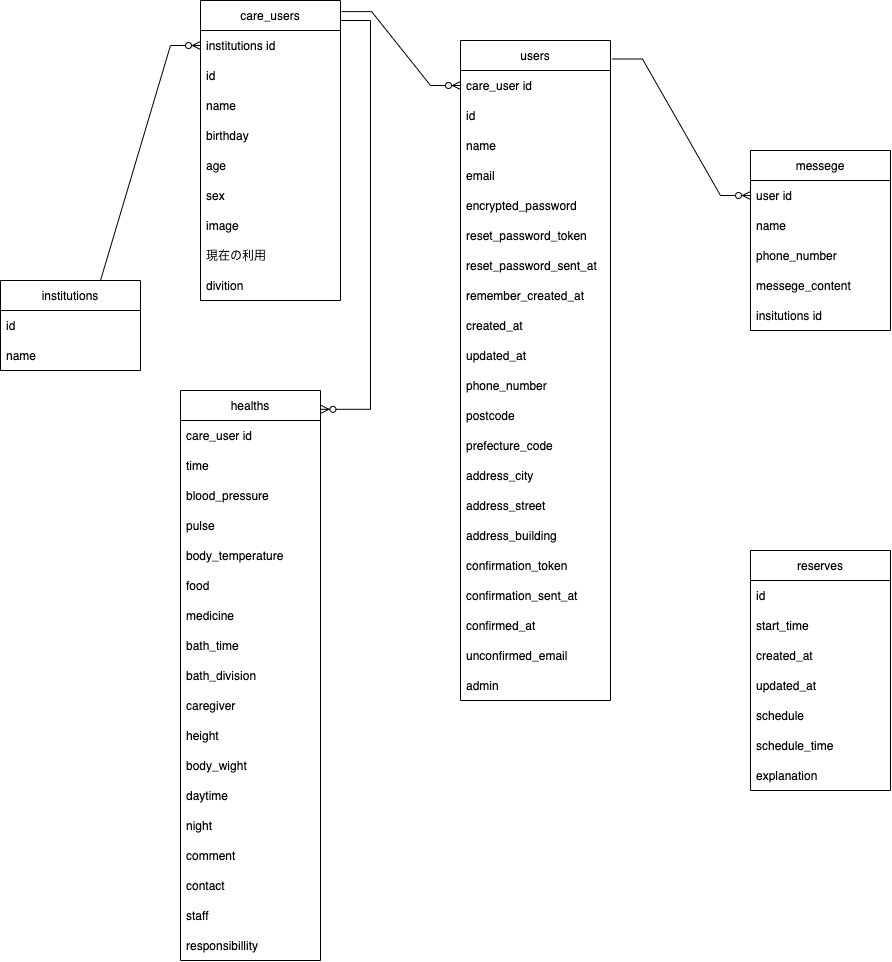
The draw.io diagram ER図.png in tadao050707/rika_san_app, before a commit. Source tidied: cells renumbered, new cells last; positions are measured from the earlier drawing's top-left corner, leaving out a move shared by most shapes.
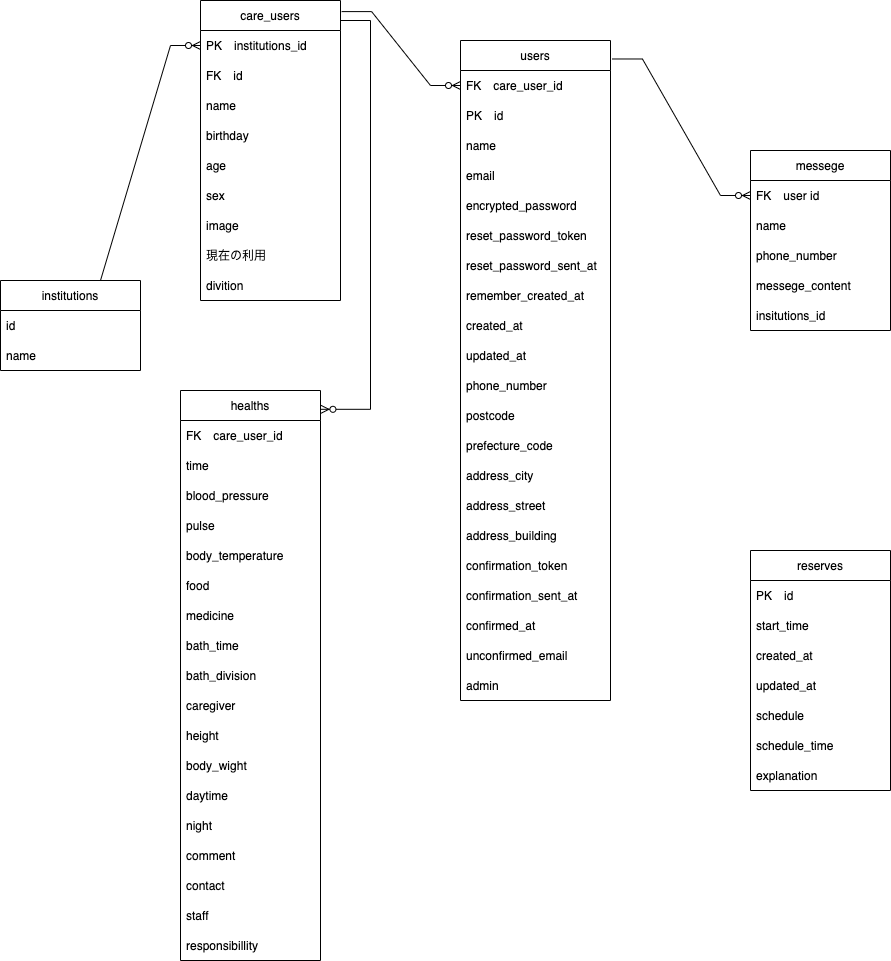
The same file after the commit.

What changed in the source:
```diff
@@ -14,10 +14,10 @@
     <mxCell id="5" value="users" style="swimlane;fontStyle=0;horizontal=1;startSize=30;" parent="1" vertex="1">
       <mxGeometry x="460" y="40" width="150" height="660" as="geometry" />
     </mxCell>
-    <mxCell id="6" value="care_user id" style="text;strokeColor=none;fillColor=none;align=left;verticalAlign=middle;spacingLeft=4;spacingRight=4;overflow=hidden;points=[[0,0.5],[1,0.5]];portConstraint=eastwest;" parent="5" vertex="1">
+    <mxCell id="6" value="FK　care_user_id" style="text;strokeColor=none;fillColor=none;align=left;verticalAlign=middle;spacingLeft=4;spacingRight=4;overflow=hidden;points=[[0,0.5],[1,0.5]];portConstraint=eastwest;" parent="5" vertex="1">
       <mxGeometry y="30" width="150" height="30" as="geometry" />
     </mxCell>
-    <mxCell id="7" value="id" style="text;strokeColor=none;fillColor=none;align=left;verticalAlign=middle;spacingLeft=4;spacingRight=4;overflow=hidden;" parent="5" vertex="1">
+    <mxCell id="7" value="PK　id" style="text;strokeColor=none;fillColor=none;align=left;verticalAlign=middle;spacingLeft=4;spacingRight=4;overflow=hidden;" parent="5" vertex="1">
       <mxGeometry y="60" width="150" height="30" as="geometry" />
     </mxCell>
     <mxCell id="8" value="name" style="text;strokeColor=none;fillColor=none;align=left;verticalAlign=middle;spacingLeft=4;spacingRight=4;overflow=hidden;" parent="5" vertex="1">
@@ -80,10 +80,10 @@
     <mxCell id="27" value="care_users" style="swimlane;fontStyle=0;horizontal=1;startSize=30;" parent="1" vertex="1">
       <mxGeometry x="200" width="140" height="300" as="geometry" />
     </mxCell>
-    <mxCell id="28" value="institutions id" style="text;strokeColor=none;fillColor=none;align=left;verticalAlign=middle;spacingLeft=4;spacingRight=4;overflow=hidden;points=[[0,0.5],[1,0.5]];portConstraint=eastwest;" parent="27" vertex="1">
+    <mxCell id="28" value="PK　institutions_id" style="text;strokeColor=none;fillColor=none;align=left;verticalAlign=middle;spacingLeft=4;spacingRight=4;overflow=hidden;points=[[0,0.5],[1,0.5]];portConstraint=eastwest;" parent="27" vertex="1">
       <mxGeometry y="30" width="140" height="30" as="geometry" />
     </mxCell>
-    <mxCell id="29" value="id" style="text;strokeColor=none;fillColor=none;align=left;verticalAlign=middle;spacingLeft=4;spacingRight=4;overflow=hidden;" parent="27" vertex="1">
+    <mxCell id="29" value="FK　id" style="text;strokeColor=none;fillColor=none;align=left;verticalAlign=middle;spacingLeft=4;spacingRight=4;overflow=hidden;" parent="27" vertex="1">
       <mxGeometry y="60" width="140" height="30" as="geometry" />
     </mxCell>
     <mxCell id="30" value="name" style="text;strokeColor=none;fillColor=none;align=left;verticalAlign=middle;spacingLeft=4;spacingRight=4;overflow=hidden;" parent="27" vertex="1">
@@ -110,7 +110,7 @@
     <mxCell id="37" value="healths" style="swimlane;fontStyle=0;horizontal=1;startSize=30;" parent="1" vertex="1">
       <mxGeometry x="180" y="390" width="140" height="570" as="geometry" />
     </mxCell>
-    <mxCell id="38" value="care_user id" style="text;strokeColor=none;fillColor=none;align=left;verticalAlign=middle;spacingLeft=4;spacingRight=4;overflow=hidden;" parent="37" vertex="1">
+    <mxCell id="38" value="FK　care_user_id" style="text;strokeColor=none;fillColor=none;align=left;verticalAlign=middle;spacingLeft=4;spacingRight=4;overflow=hidden;" parent="37" vertex="1">
       <mxGeometry y="30" width="140" height="30" as="geometry" />
     </mxCell>
     <mxCell id="39" value="time" style="text;strokeColor=none;fillColor=none;align=left;verticalAlign=middle;spacingLeft=4;spacingRight=4;overflow=hidden;" parent="37" vertex="1">
@@ -167,7 +167,7 @@
     <mxCell id="56" value="reserves" style="swimlane;fontStyle=0;horizontal=1;startSize=30;" parent="1" vertex="1">
       <mxGeometry x="750" y="550" width="140" height="240" as="geometry" />
     </mxCell>
-    <mxCell id="57" value="id" style="text;strokeColor=none;fillColor=none;align=left;verticalAlign=middle;spacingLeft=4;spacingRight=4;overflow=hidden;" parent="56" vertex="1">
+    <mxCell id="57" value="PK　id" style="text;strokeColor=none;fillColor=none;align=left;verticalAlign=middle;spacingLeft=4;spacingRight=4;overflow=hidden;" parent="56" vertex="1">
       <mxGeometry y="30" width="140" height="30" as="geometry" />
     </mxCell>
     <mxCell id="58" value="start_time" style="text;strokeColor=none;fillColor=none;align=left;verticalAlign=middle;spacingLeft=4;spacingRight=4;overflow=hidden;" parent="56" vertex="1">
@@ -191,7 +191,7 @@
     <mxCell id="64" value="messege" style="swimlane;fontStyle=0;horizontal=1;startSize=30;" parent="1" vertex="1">
       <mxGeometry x="750" y="150" width="140" height="180" as="geometry" />
     </mxCell>
-    <mxCell id="65" value="user id" style="text;strokeColor=none;fillColor=none;align=left;verticalAlign=middle;spacingLeft=4;spacingRight=4;overflow=hidden;points=[[0,0.5],[1,0.5]];portConstraint=eastwest;" parent="64" vertex="1">
+    <mxCell id="65" value="FK　user id" style="text;strokeColor=none;fillColor=none;align=left;verticalAlign=middle;spacingLeft=4;spacingRight=4;overflow=hidden;points=[[0,0.5],[1,0.5]];portConstraint=eastwest;" parent="64" vertex="1">
       <mxGeometry y="30" width="140" height="30" as="geometry" />
     </mxCell>
     <mxCell id="66" value="name" style="text;strokeColor=none;fillColor=none;align=left;verticalAlign=middle;spacingLeft=4;spacingRight=4;overflow=hidden;" parent="64" vertex="1">
@@ -203,7 +203,7 @@
     <mxCell id="68" value="messege_content" style="text;strokeColor=none;fillColor=none;align=left;verticalAlign=middle;spacingLeft=4;spacingRight=4;overflow=hidden;" parent="64" vertex="1">
       <mxGeometry y="120" width="140" height="30" as="geometry" />
     </mxCell>
-    <mxCell id="69" value="insitutions id" style="text;strokeColor=none;fillColor=none;align=left;verticalAlign=middle;spacingLeft=4;spacingRight=4;overflow=hidden;" parent="64" vertex="1">
+    <mxCell id="69" value="insitutions_id" style="text;strokeColor=none;fillColor=none;align=left;verticalAlign=middle;spacingLeft=4;spacingRight=4;overflow=hidden;" parent="64" vertex="1">
       <mxGeometry y="150" width="140" height="30" as="geometry" />
     </mxCell>
     <mxCell id="70" style="edgeStyle=entityRelationEdgeStyle;fontSize=12;html=1;endArrow=ERzeroToMany;endFill=1;rounded=0;entryX=0;entryY=0.5;entryDx=0;entryDy=0;exitX=1.008;exitY=0.037;exitDx=0;exitDy=0;exitPerimeter=0;" parent="1" edge="1" source="27" target="6">
```
